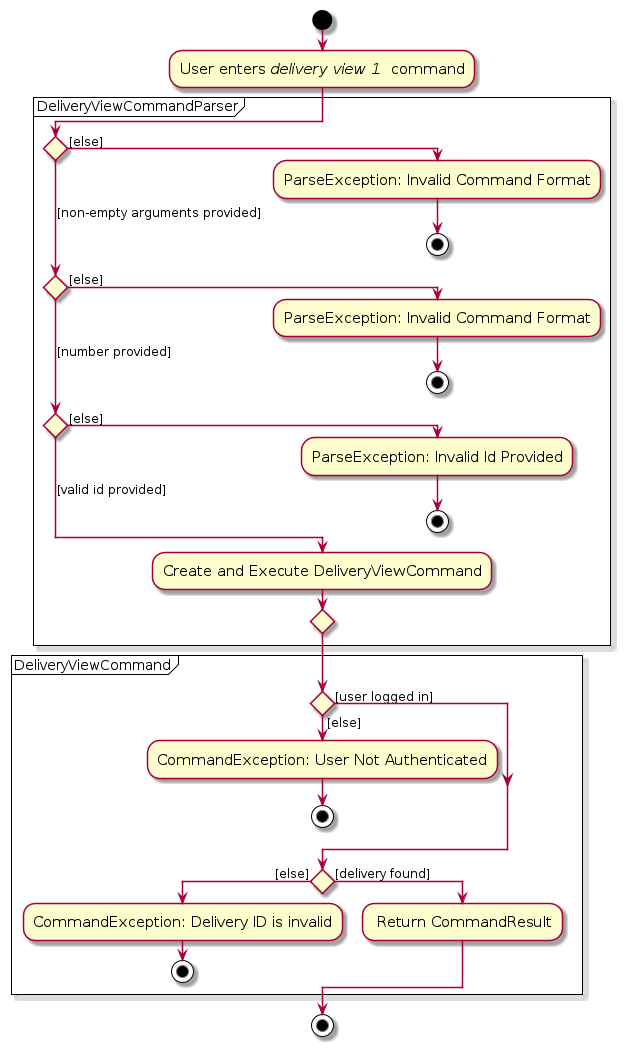
This is diagrams/implementation/delivery/DeliveryViewActivityDiagram.png from zhonghan721/tp, a PlantUML export, as it was before one commit. Its source is kept beside it as diagrams/implementation/delivery/DeliveryViewActivityDiagram.puml.
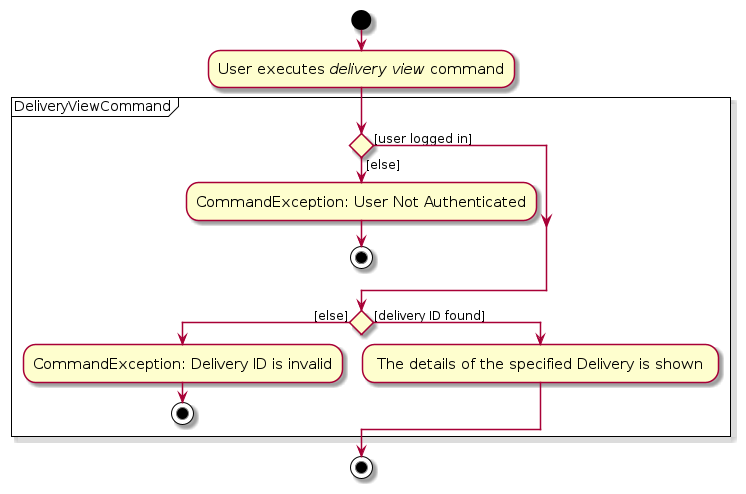
After the commit.

Change to the diagram source:
```diff
@@ -5,21 +5,8 @@
 
 !pragma useVerticalIf on
 start
-:User enters <i>delivery view 1 </i> command;
-partition DeliveryViewCommandParser {
-    if () then ([else])
-        :ParseException: Invalid Command Format;
-        stop
-    ([non-empty arguments provided]) elseif () then ([else])
-        :ParseException: Invalid Command Format;
-        stop
-    ([number provided]) elseif () then ([else])
-        :ParseException: Invalid Id Provided;
-        stop
-    else ([valid id provided])
-        :Create and Execute DeliveryViewCommand;
-        endif
-}
+:User executes <i>delivery view</i> command;
+
 
 partition DeliveryViewCommand {
     if () then ([else])
@@ -30,8 +17,8 @@
     if () then ([else])
         :CommandException: Delivery ID is invalid;
         stop
-    else ([delivery found])
-        : Return CommandResult;
+    else ([delivery ID found])
+        : The details of the specified Delivery is shown ;
     endif
 }
 
```
